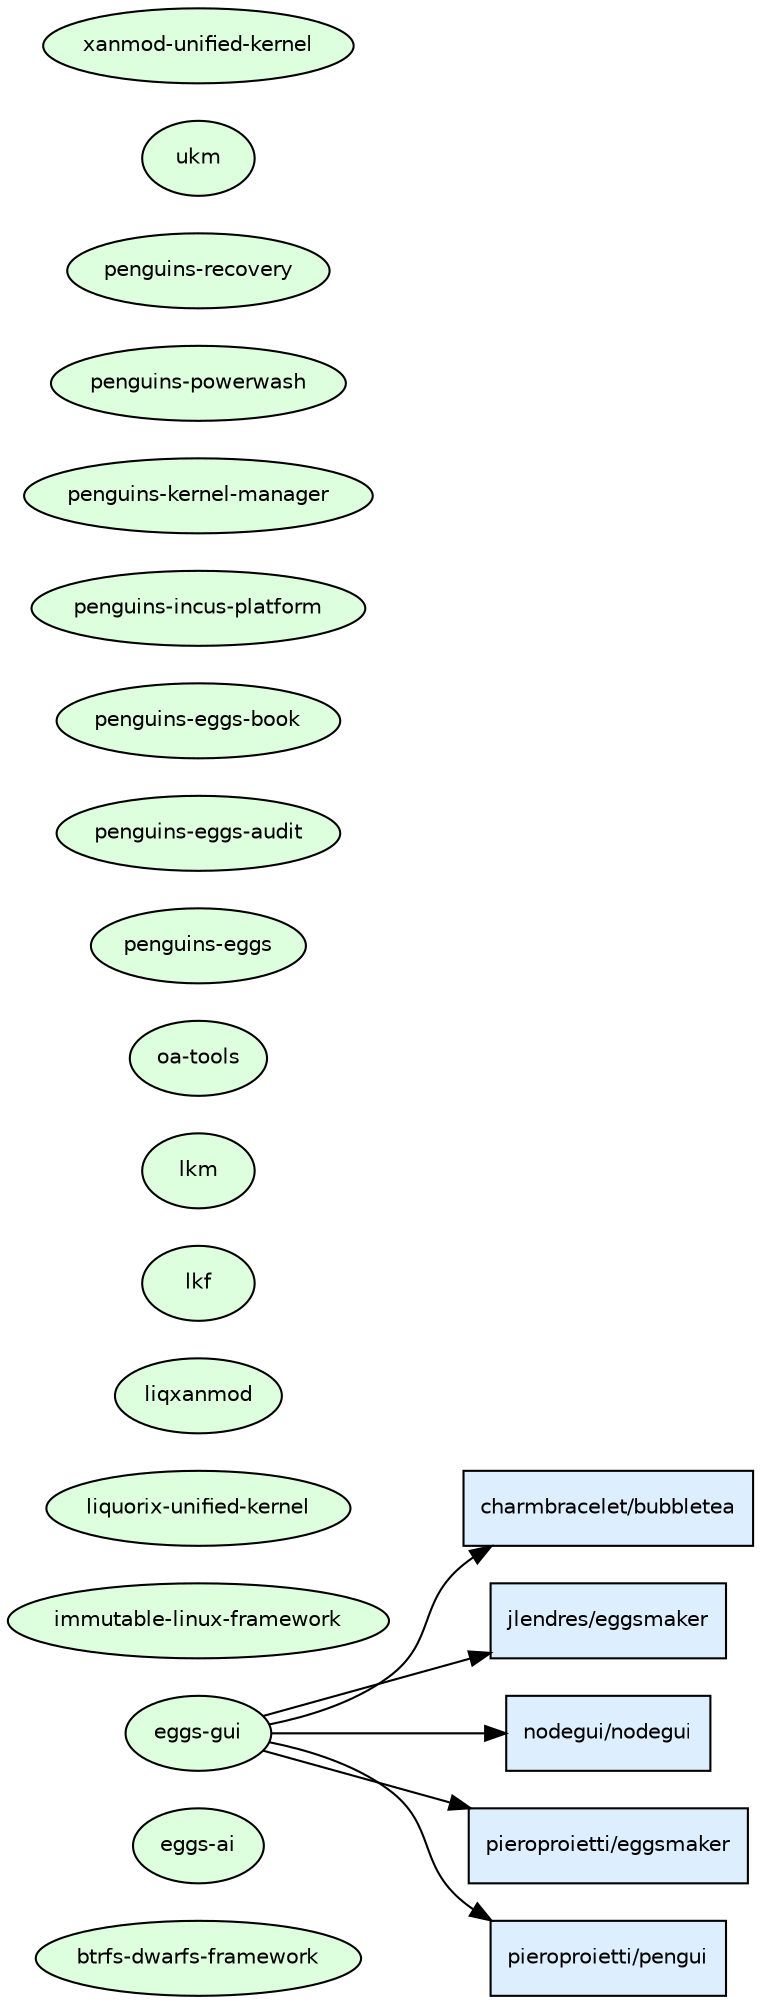
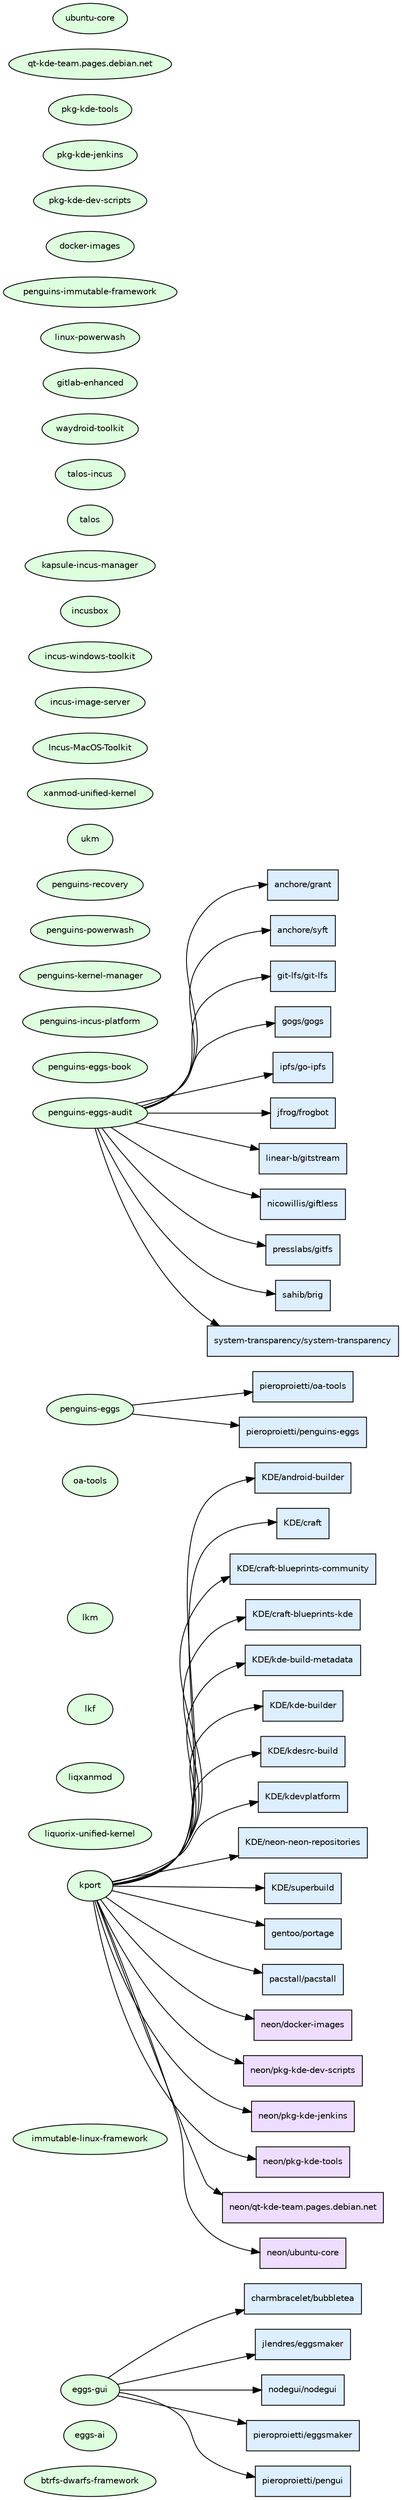
digraph osp_origins {
  rankdir=LR;
  node [fontname="Helvetica", fontsize=10];
  edge [fontsize=8];

  // OSP-bound repos (source nodes)
  "btrfs-dwarfs-framework" [shape=ellipse, style=filled, fillcolor="#ddffdd"];
  "eggs-ai" [shape=ellipse, style=filled, fillcolor="#ddffdd"];
  "eggs-gui" [shape=ellipse, style=filled, fillcolor="#ddffdd"];
  "immutable-linux-framework" [shape=ellipse, style=filled, fillcolor="#ddffdd"];
+   "kport" [shape=ellipse, style=filled, fillcolor="#ddffdd"];
  "liquorix-unified-kernel" [shape=ellipse, style=filled, fillcolor="#ddffdd"];
  "liqxanmod" [shape=ellipse, style=filled, fillcolor="#ddffdd"];
  "lkf" [shape=ellipse, style=filled, fillcolor="#ddffdd"];
  "lkm" [shape=ellipse, style=filled, fillcolor="#ddffdd"];
  "oa-tools" [shape=ellipse, style=filled, fillcolor="#ddffdd"];
  "penguins-eggs" [shape=ellipse, style=filled, fillcolor="#ddffdd"];
  "penguins-eggs-audit" [shape=ellipse, style=filled, fillcolor="#ddffdd"];
  "penguins-eggs-book" [shape=ellipse, style=filled, fillcolor="#ddffdd"];
  "penguins-incus-platform" [shape=ellipse, style=filled, fillcolor="#ddffdd"];
  "penguins-kernel-manager" [shape=ellipse, style=filled, fillcolor="#ddffdd"];
  "penguins-powerwash" [shape=ellipse, style=filled, fillcolor="#ddffdd"];
  "penguins-recovery" [shape=ellipse, style=filled, fillcolor="#ddffdd"];
  "ukm" [shape=ellipse, style=filled, fillcolor="#ddffdd"];
  "xanmod-unified-kernel" [shape=ellipse, style=filled, fillcolor="#ddffdd"];
+   "Incus-MacOS-Toolkit" [shape=ellipse, style=filled, fillcolor="#ddffdd"];
+   "incus-image-server" [shape=ellipse, style=filled, fillcolor="#ddffdd"];
+   "incus-windows-toolkit" [shape=ellipse, style=filled, fillcolor="#ddffdd"];
+   "incusbox" [shape=ellipse, style=filled, fillcolor="#ddffdd"];
+   "kapsule-incus-manager" [shape=ellipse, style=filled, fillcolor="#ddffdd"];
+   "talos" [shape=ellipse, style=filled, fillcolor="#ddffdd"];
+   "talos-incus" [shape=ellipse, style=filled, fillcolor="#ddffdd"];
+   "waydroid-toolkit" [shape=ellipse, style=filled, fillcolor="#ddffdd"];
+   "gitlab-enhanced" [shape=ellipse, style=filled, fillcolor="#ddffdd"];
+   "linux-powerwash" [shape=ellipse, style=filled, fillcolor="#ddffdd"];
+   "penguins-immutable-framework" [shape=ellipse, style=filled, fillcolor="#ddffdd"];
+   "docker-images" [shape=ellipse, style=filled, fillcolor="#ddffdd"];
+   "pkg-kde-dev-scripts" [shape=ellipse, style=filled, fillcolor="#ddffdd"];
+   "pkg-kde-jenkins" [shape=ellipse, style=filled, fillcolor="#ddffdd"];
+   "pkg-kde-tools" [shape=ellipse, style=filled, fillcolor="#ddffdd"];
+   "qt-kde-team.pages.debian.net" [shape=ellipse, style=filled, fillcolor="#ddffdd"];
+   "ubuntu-core" [shape=ellipse, style=filled, fillcolor="#ddffdd"];

  // Edges and external nodes
  "charmbracelet__bubbletea" [label="charmbracelet/bubbletea", shape=box, style=filled, fillcolor="#ddeeff"];
  "eggs-gui" -> "charmbracelet__bubbletea";
  "jlendres__eggsmaker" [label="jlendres/eggsmaker", shape=box, style=filled, fillcolor="#ddeeff"];
  "eggs-gui" -> "jlendres__eggsmaker";
  "nodegui__nodegui" [label="nodegui/nodegui", shape=box, style=filled, fillcolor="#ddeeff"];
  "eggs-gui" -> "nodegui__nodegui";
  "pieroproietti__eggsmaker" [label="pieroproietti/eggsmaker", shape=box, style=filled, fillcolor="#ddeeff"];
  "eggs-gui" -> "pieroproietti__eggsmaker";
  "pieroproietti__pengui" [label="pieroproietti/pengui", shape=box, style=filled, fillcolor="#ddeeff"];
  "eggs-gui" -> "pieroproietti__pengui";
+   "KDE__android-builder" [label="KDE/android-builder", shape=box, style=filled, fillcolor="#ddeeff"];
+   "kport" -> "KDE__android-builder";
+   "KDE__craft" [label="KDE/craft", shape=box, style=filled, fillcolor="#ddeeff"];
+   "kport" -> "KDE__craft";
+   "KDE__craft-blueprints-community" [label="KDE/craft-blueprints-community", shape=box, style=filled, fillcolor="#ddeeff"];
+   "kport" -> "KDE__craft-blueprints-community";
+   "KDE__craft-blueprints-kde" [label="KDE/craft-blueprints-kde", shape=box, style=filled, fillcolor="#ddeeff"];
+   "kport" -> "KDE__craft-blueprints-kde";
+   "KDE__kde-build-metadata" [label="KDE/kde-build-metadata", shape=box, style=filled, fillcolor="#ddeeff"];
+   "kport" -> "KDE__kde-build-metadata";
+   "KDE__kde-builder" [label="KDE/kde-builder", shape=box, style=filled, fillcolor="#ddeeff"];
+   "kport" -> "KDE__kde-builder";
+   "KDE__kdesrc-build" [label="KDE/kdesrc-build", shape=box, style=filled, fillcolor="#ddeeff"];
+   "kport" -> "KDE__kdesrc-build";
+   "KDE__kdevplatform" [label="KDE/kdevplatform", shape=box, style=filled, fillcolor="#ddeeff"];
+   "kport" -> "KDE__kdevplatform";
+   "KDE__neon-neon-repositories" [label="KDE/neon-neon-repositories", shape=box, style=filled, fillcolor="#ddeeff"];
+   "kport" -> "KDE__neon-neon-repositories";
+   "KDE__superbuild" [label="KDE/superbuild", shape=box, style=filled, fillcolor="#ddeeff"];
+   "kport" -> "KDE__superbuild";
+   "gentoo__portage" [label="gentoo/portage", shape=box, style=filled, fillcolor="#ddeeff"];
+   "kport" -> "gentoo__portage";
+   "pacstall__pacstall" [label="pacstall/pacstall", shape=box, style=filled, fillcolor="#ddeeff"];
+   "kport" -> "pacstall__pacstall";
+   "neon__docker-images" [label="neon/docker-images", shape=box, style=filled, fillcolor="#eeddff"];
+   "kport" -> "neon__docker-images";
+   "neon__pkg-kde-dev-scripts" [label="neon/pkg-kde-dev-scripts", shape=box, style=filled, fillcolor="#eeddff"];
+   "kport" -> "neon__pkg-kde-dev-scripts";
+   "neon__pkg-kde-jenkins" [label="neon/pkg-kde-jenkins", shape=box, style=filled, fillcolor="#eeddff"];
+   "kport" -> "neon__pkg-kde-jenkins";
+   "neon__pkg-kde-tools" [label="neon/pkg-kde-tools", shape=box, style=filled, fillcolor="#eeddff"];
+   "kport" -> "neon__pkg-kde-tools";
+   "neon__qt-kde-team.pages.debian.net" [label="neon/qt-kde-team.pages.debian.net", shape=box, style=filled, fillcolor="#eeddff"];
+   "kport" -> "neon__qt-kde-team.pages.debian.net";
+   "neon__ubuntu-core" [label="neon/ubuntu-core", shape=box, style=filled, fillcolor="#eeddff"];
+   "kport" -> "neon__ubuntu-core";
+   "pieroproietti__oa-tools" [label="pieroproietti/oa-tools", shape=box, style=filled, fillcolor="#ddeeff"];
+   "penguins-eggs" -> "pieroproietti__oa-tools";
+   "pieroproietti__penguins-eggs" [label="pieroproietti/penguins-eggs", shape=box, style=filled, fillcolor="#ddeeff"];
+   "penguins-eggs" -> "pieroproietti__penguins-eggs";
+   "anchore__grant" [label="anchore/grant", shape=box, style=filled, fillcolor="#ddeeff"];
+   "penguins-eggs-audit" -> "anchore__grant";
+   "anchore__syft" [label="anchore/syft", shape=box, style=filled, fillcolor="#ddeeff"];
+   "penguins-eggs-audit" -> "anchore__syft";
+   "git-lfs__git-lfs" [label="git-lfs/git-lfs", shape=box, style=filled, fillcolor="#ddeeff"];
+   "penguins-eggs-audit" -> "git-lfs__git-lfs";
+   "gogs__gogs" [label="gogs/gogs", shape=box, style=filled, fillcolor="#ddeeff"];
+   "penguins-eggs-audit" -> "gogs__gogs";
+   "ipfs__go-ipfs" [label="ipfs/go-ipfs", shape=box, style=filled, fillcolor="#ddeeff"];
+   "penguins-eggs-audit" -> "ipfs__go-ipfs";
+   "jfrog__frogbot" [label="jfrog/frogbot", shape=box, style=filled, fillcolor="#ddeeff"];
+   "penguins-eggs-audit" -> "jfrog__frogbot";
+   "linear-b__gitstream" [label="linear-b/gitstream", shape=box, style=filled, fillcolor="#ddeeff"];
+   "penguins-eggs-audit" -> "linear-b__gitstream";
+   "nicowillis__giftless" [label="nicowillis/giftless", shape=box, style=filled, fillcolor="#ddeeff"];
+   "penguins-eggs-audit" -> "nicowillis__giftless";
+   "presslabs__gitfs" [label="presslabs/gitfs", shape=box, style=filled, fillcolor="#ddeeff"];
+   "penguins-eggs-audit" -> "presslabs__gitfs";
+   "sahib__brig" [label="sahib/brig", shape=box, style=filled, fillcolor="#ddeeff"];
+   "penguins-eggs-audit" -> "sahib__brig";
+   "system-transparency__system-transparency" [label="system-transparency/system-transparency", shape=box, style=filled, fillcolor="#ddeeff"];
+   "penguins-eggs-audit" -> "system-transparency__system-transparency";

}
